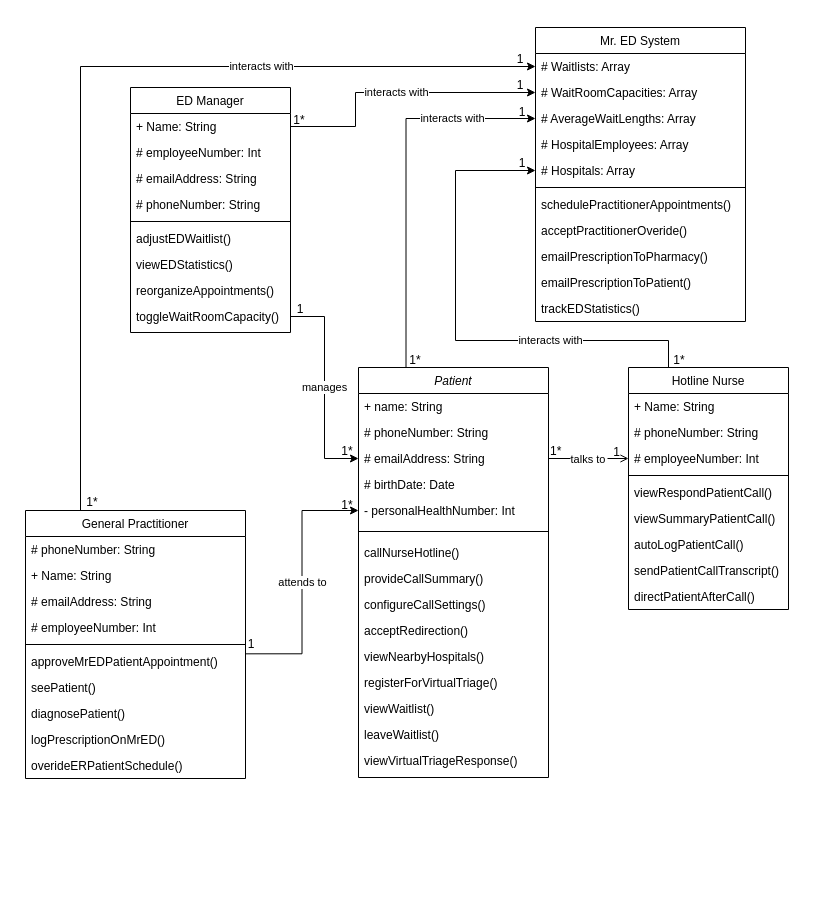
Earlier version of the draw.io diagram AmirWork/M2/Mister_ED_ClassDiagram.drawio (SENG-350-2024-fall/Team9). Source tidied: cells renumbered, new cells numbered last; positions are measured from the earlier drawing's top-left corner, leaving out a move shared by most shapes. Both pictures are drawn from the tidied source at 100%, with x=0, y=0 at pixel (17, 17).
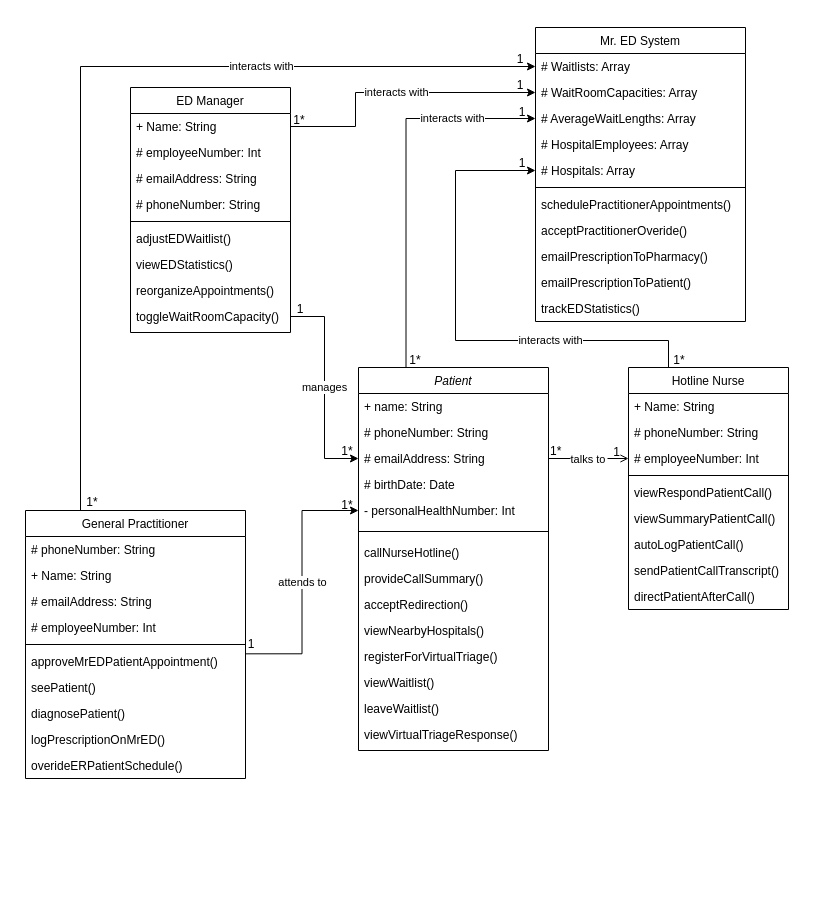
Above is the later version.

Diff of the diagram source:
```diff
@@
     <mxCell id="6" value="Patient" style="swimlane;fontStyle=2;align=center;verticalAlign=top;horizontal=1;startSize=26;rounded=0;shadow=0;strokeWidth=1;" parent="1" vertex="1">
-      <mxGeometry x="341" y="350" width="190" height="410" as="geometry" />
+      <mxGeometry x="341" y="350" width="190" height="383" as="geometry" />
     </mxCell>
@@
-    <mxCell id="15" value="configureCallSettings()&#10;" style="text;align=left;verticalAlign=top;spacingLeft=4;spacingRight=4;overflow=hidden;" parent="6" vertex="1">
-      <mxGeometry y="224" width="190" height="26" as="geometry" />
-    </mxCell>
     <mxCell id="16" value="acceptRedirection()&#10;" style="text;align=left;verticalAlign=top;spacingLeft=4;spacingRight=4;overflow=hidden;" parent="6" vertex="1">
-      <mxGeometry y="250" width="190" height="26" as="geometry" />
+      <mxGeometry y="224" width="190" height="26" as="geometry" />
     </mxCell>
     <mxCell id="17" value="viewNearbyHospitals()&#10;" style="text;align=left;verticalAlign=top;spacingLeft=4;spacingRight=4;overflow=hidden;" parent="6" vertex="1">
-      <mxGeometry y="276" width="190" height="26" as="geometry" />
+      <mxGeometry y="250" width="190" height="26" as="geometry" />
     </mxCell>
     <mxCell id="18" value="registerForVirtualTriage()&#10;" style="text;align=left;verticalAlign=top;spacingLeft=4;spacingRight=4;overflow=hidden;" parent="6" vertex="1">
-      <mxGeometry y="302" width="190" height="26" as="geometry" />
+      <mxGeometry y="276" width="190" height="26" as="geometry" />
     </mxCell>
     <mxCell id="19" value="viewWaitlist()&#10;" style="text;align=left;verticalAlign=top;spacingLeft=4;spacingRight=4;overflow=hidden;" parent="6" vertex="1">
-      <mxGeometry y="328" width="190" height="26" as="geometry" />
+      <mxGeometry y="302" width="190" height="26" as="geometry" />
     </mxCell>
     <mxCell id="20" value="leaveWaitlist()&#10;" style="text;align=left;verticalAlign=top;spacingLeft=4;spacingRight=4;overflow=hidden;" parent="6" vertex="1">
-      <mxGeometry y="354" width="190" height="26" as="geometry" />
+      <mxGeometry y="328" width="190" height="26" as="geometry" />
     </mxCell>
     <mxCell id="21" value="viewVirtualTriageResponse()&#10;" style="text;align=left;verticalAlign=top;spacingLeft=4;spacingRight=4;overflow=hidden;" parent="6" vertex="1">
-      <mxGeometry y="380" width="190" height="26" as="geometry" />
+      <mxGeometry y="354" width="190" height="26" as="geometry" />
     </mxCell>
```
